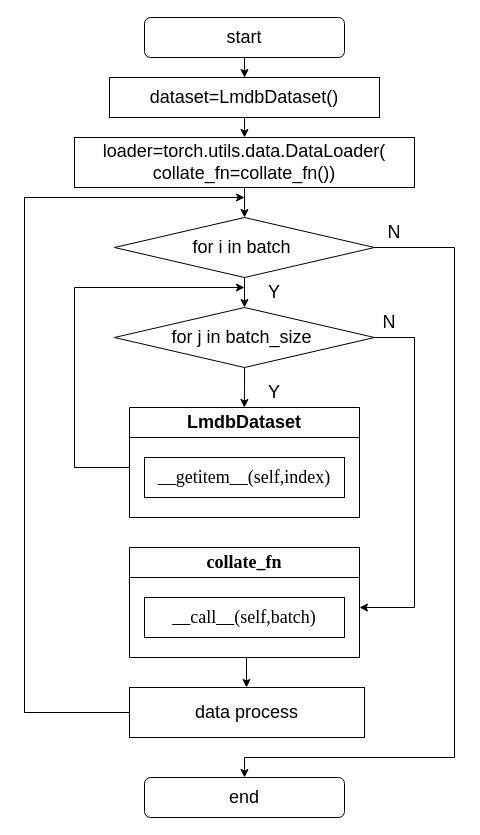
Dong-J93/_pictures keeps this draw.io diagram as thesis_data_load.drawio. Above is the earlier version. Source tidied: cells renumbered, new cells numbered last; positions are measured from the earlier drawing's top-left corner, leaving out a move shared by most shapes. Both pictures are drawn from the tidied source at 100%, with x=0, y=0 at pixel (24, 17).
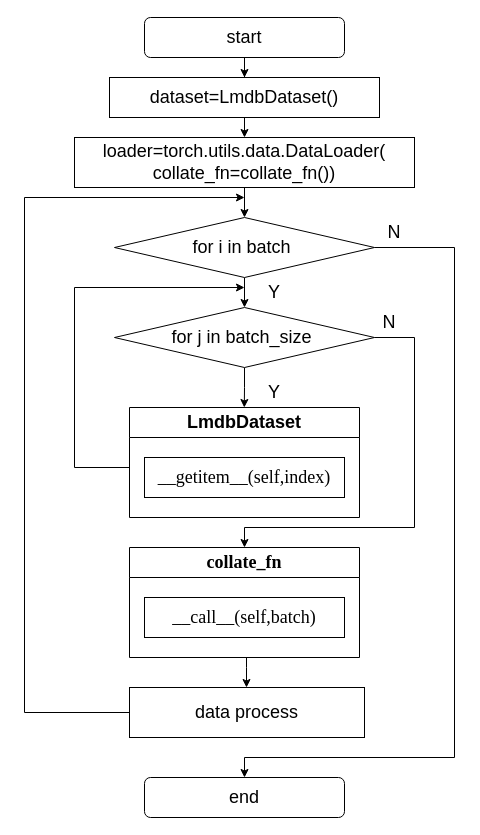
Above is the later version.

The change refers to these unchanged cells:
```xml
<mxCell id="6" value="&lt;p class=&quot;MsoNormal&quot;&gt;&lt;font style=&quot;font-size: 18px;&quot; face=&quot;Times New Roman&quot;&gt;collate_fn&lt;/font&gt;&lt;/p&gt;" style="swimlane;whiteSpace=wrap;html=1;startSize=30;" parent="1" vertex="1">
  <mxGeometry x="105" y="530" width="230" height="110" as="geometry" />
</mxCell>
<mxCell id="17" value="&lt;font style=&quot;font-size: 18px;&quot;&gt;for j in batch_size&amp;nbsp;&lt;/font&gt;" style="rhombus;whiteSpace=wrap;html=1;" parent="1" vertex="1">
  <mxGeometry x="90" y="290" width="260" height="60" as="geometry" />
</mxCell>
```

The edit, as a diff of the source:
```diff
@@
-    <mxCell id="16" style="edgeStyle=orthogonalEdgeStyle;rounded=0;jettySize=auto;html=1;exitX=1;exitY=0.5;exitDx=0;exitDy=0;" parent="1" edge="1" source="17">
+    <mxCell id="16" style="edgeStyle=orthogonalEdgeStyle;rounded=0;jettySize=auto;html=1;exitX=1;exitY=0.5;exitDx=0;exitDy=0;entryX=0.5;entryY=0;entryDx=0;entryDy=0;" parent="1" edge="1" source="17" target="6">
       <mxGeometry relative="1" as="geometry">
-        <mxPoint x="335" y="590" as="targetPoint" />
         <Array as="points">
           <mxPoint x="390" y="320" />
-          <mxPoint x="390" y="590" />
-          <mxPoint x="335" y="590" />
+          <mxPoint x="390" y="510" />
+          <mxPoint x="220" y="510" />
         </Array>
       </mxGeometry>
     </mxCell>
```
